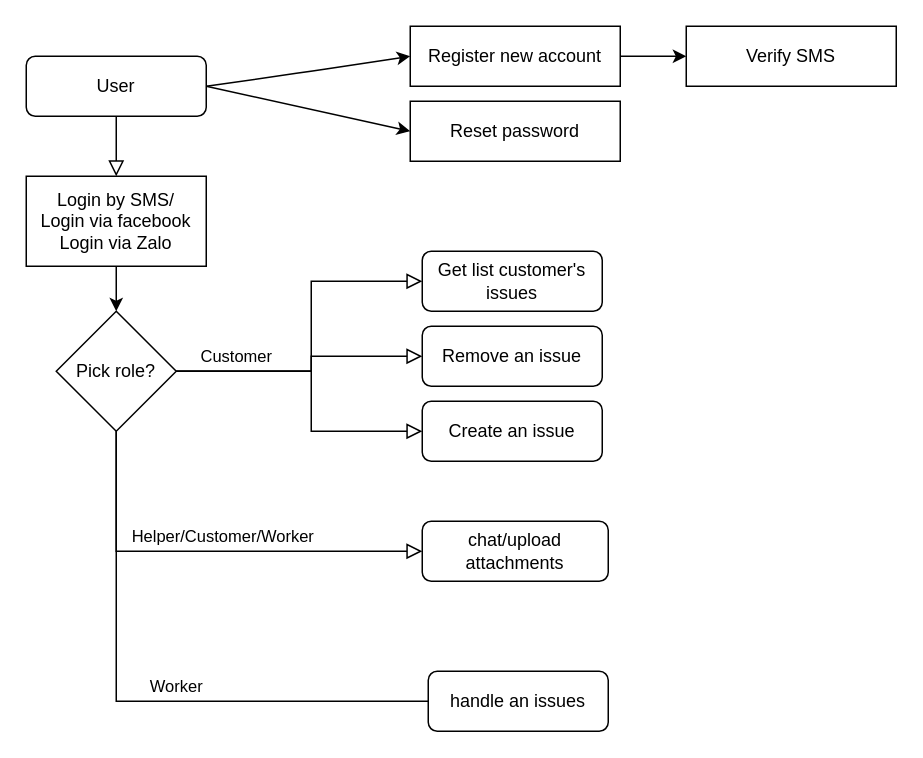
Above: docs/uhome-acl.drawio in tamnk74/uhome-server (draw.io), before the change. Source tidied: cells renumbered, new cells numbered last; positions are measured from the earlier drawing's top-left corner, leaving out a move shared by most shapes. Both pictures are drawn from the tidied source at 150%, with x=0, y=0 at pixel (26, 26).
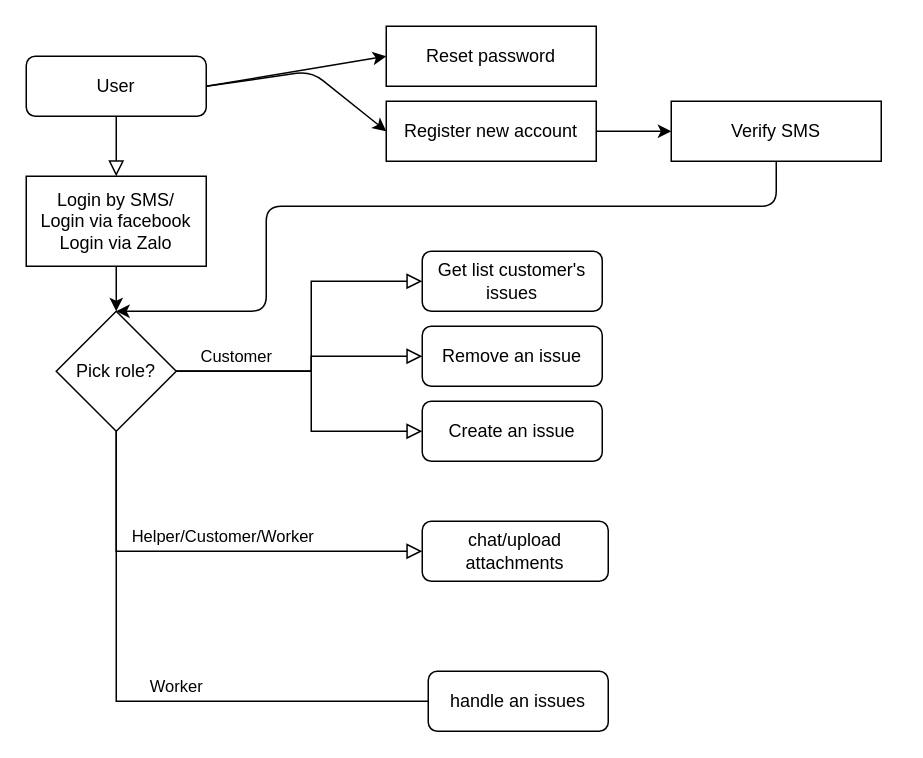
After the change.

What changed in the source:
```diff
@@
     <mxCell id="13" value="Register new account" style="rounded=0;whiteSpace=wrap;html=1;" parent="1" vertex="1">
-      <mxGeometry x="256" width="140" height="40" as="geometry" />
+      <mxGeometry x="240" y="50" width="140" height="40" as="geometry" />
     </mxCell>
@@
     <mxCell id="18" value="Reset password" style="rounded=0;whiteSpace=wrap;html=1;" parent="1" vertex="1">
-      <mxGeometry x="256" y="50" width="140" height="40" as="geometry" />
+      <mxGeometry x="240" width="140" height="40" as="geometry" />
     </mxCell>
     <mxCell id="19" value="Verify SMS" style="rounded=0;whiteSpace=wrap;html=1;" parent="1" vertex="1">
-      <mxGeometry x="440" width="140" height="40" as="geometry" />
+      <mxGeometry x="430" y="50" width="140" height="40" as="geometry" />
     </mxCell>
@@
+    <mxCell id="23" style="endArrow=classic;html=1;exitX=0.5;exitY=1;exitDx=0;exitDy=0;" parent="1" edge="1" source="19">
+      <mxGeometry relative="1" as="geometry">
+        <mxPoint x="60" y="190" as="targetPoint" />
+        <Array as="points">
+          <mxPoint x="500" y="120" />
+          <mxPoint x="160" y="120" />
+          <mxPoint x="160" y="190" />
+        </Array>
+      </mxGeometry>
+    </mxCell>
```
